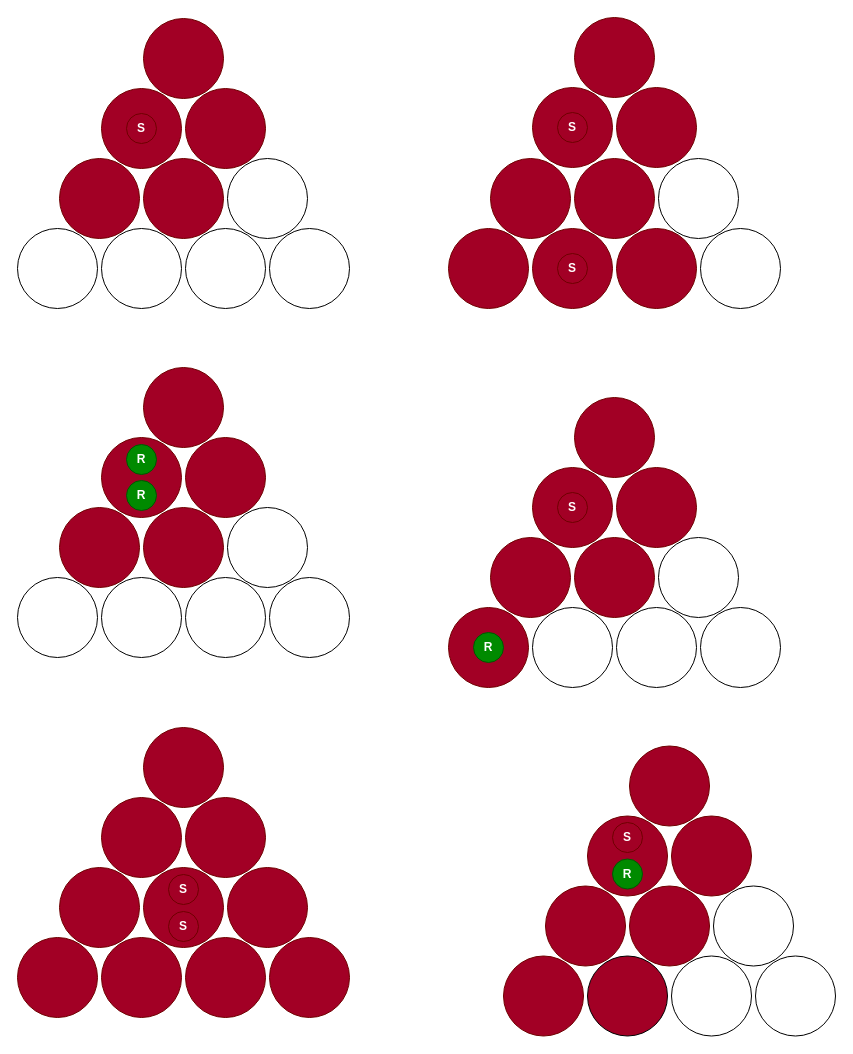
Earlier version of the draw.io diagram diagrams/Wuhan Pong.drawio (CalvinLac/wuhan-pong). Source tidied: cells renumbered, new cells numbered last; positions are measured from the earlier drawing's top-left corner, leaving out a move shared by most shapes. Both pictures are drawn from the tidied source at 100%, with x=0, y=0 at pixel (17, 17).
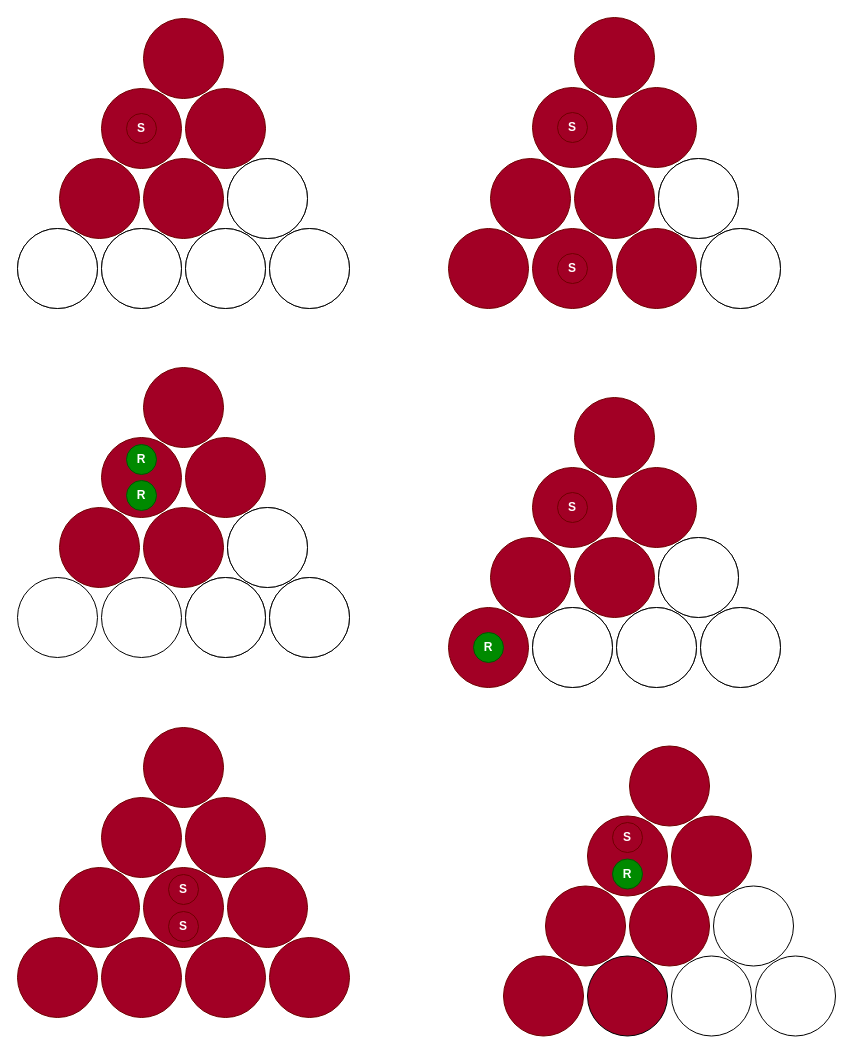
Above is the later version.

Commit message (it also covers changes not shown here):
Revise the diagrams 2

What changed in the source:
```diff
@@
-    <mxCell id="12" style="ellipse;whiteSpace=wrap;html=1;" parent="1" vertex="1">
+    <mxCell id="12" style="ellipse;whiteSpace=wrap;html=1;fillColor=light-dark(#FFFFFF,#FFFFFF);" parent="1" vertex="1">
       <mxGeometry y="560" width="80" height="80" as="geometry" />
     </mxCell>
-    <mxCell id="13" style="ellipse;whiteSpace=wrap;html=1;" parent="1" vertex="1">
+    <mxCell id="13" style="ellipse;whiteSpace=wrap;html=1;fillColor=light-dark(#FFFFFF,#FFFFFF);" parent="1" vertex="1">
       <mxGeometry x="84" y="560" width="80" height="80" as="geometry" />
     </mxCell>
@@
-    <mxCell id="63" style="ellipse;whiteSpace=wrap;html=1;" parent="1" vertex="1">
+    <mxCell id="63" style="ellipse;whiteSpace=wrap;html=1;fillColor=light-dark(#FFFFFF,#FFFFFF);" parent="1" vertex="1">
       <mxGeometry x="654" y="938.5" width="80" height="80" as="geometry" />
     </mxCell>
-    <mxCell id="64" style="ellipse;whiteSpace=wrap;html=1;" parent="1" vertex="1">
+    <mxCell id="64" style="ellipse;whiteSpace=wrap;html=1;fillColor=light-dark(#FFFFFF,#FFFFFF);" parent="1" vertex="1">
       <mxGeometry x="738" y="938.5" width="80" height="80" as="geometry" />
     </mxCell>
@@
-    <mxCell id="67" style="ellipse;whiteSpace=wrap;html=1;" parent="1" vertex="1">
+    <mxCell id="67" style="ellipse;whiteSpace=wrap;html=1;fillColor=light-dark(#FFFFFF,#FFFFFF);" parent="1" vertex="1">
       <mxGeometry x="696" y="868.5" width="80" height="80" as="geometry" />
     </mxCell>
@@
+    <mxCell id="73" style="ellipse;whiteSpace=wrap;html=1;fillColor=light-dark(#FFFFFF,#FFFFFF);" parent="1" vertex="1">
+      <mxGeometry x="210" y="141" width="80" height="80" as="geometry" />
+    </mxCell>
+    <mxCell id="74" style="ellipse;whiteSpace=wrap;html=1;fillColor=light-dark(#FFFFFF,#FFFFFF);" parent="1" vertex="1">
+      <mxGeometry x="252" y="211" width="80" height="80" as="geometry" />
+    </mxCell>
+    <mxCell id="75" style="ellipse;whiteSpace=wrap;html=1;fillColor=light-dark(#FFFFFF,#FFFFFF);" parent="1" vertex="1">
+      <mxGeometry x="168" y="211" width="80" height="80" as="geometry" />
+    </mxCell>
+    <mxCell id="76" style="ellipse;whiteSpace=wrap;html=1;fillColor=light-dark(#FFFFFF,#FFFFFF);" parent="1" vertex="1">
+      <mxGeometry x="84" y="211" width="80" height="80" as="geometry" />
+    </mxCell>
+    <mxCell id="77" style="ellipse;whiteSpace=wrap;html=1;fillColor=light-dark(#FFFFFF,#FFFFFF);" parent="1" vertex="1">
+      <mxGeometry y="211" width="80" height="80" as="geometry" />
+    </mxCell>
+    <mxCell id="78" style="ellipse;whiteSpace=wrap;html=1;fillColor=light-dark(#FFFFFF,#FFFFFF);" parent="1" vertex="1">
+      <mxGeometry x="641" y="141" width="80" height="80" as="geometry" />
+    </mxCell>
+    <mxCell id="79" style="ellipse;whiteSpace=wrap;html=1;fillColor=light-dark(#FFFFFF,#FFFFFF);" parent="1" vertex="1">
+      <mxGeometry x="683" y="211" width="80" height="80" as="geometry" />
+    </mxCell>
+    <mxCell id="80" style="ellipse;whiteSpace=wrap;html=1;fillColor=light-dark(#FFFFFF,#FFFFFF);" parent="1" vertex="1">
+      <mxGeometry x="641" y="520" width="80" height="80" as="geometry" />
+    </mxCell>
+    <mxCell id="81" style="ellipse;whiteSpace=wrap;html=1;fillColor=light-dark(#FFFFFF,#FFFFFF);" parent="1" vertex="1">
+      <mxGeometry x="683" y="590" width="80" height="80" as="geometry" />
+    </mxCell>
+    <mxCell id="82" style="ellipse;whiteSpace=wrap;html=1;fillColor=light-dark(#FFFFFF,#FFFFFF);" parent="1" vertex="1">
+      <mxGeometry x="599" y="590" width="80" height="80" as="geometry" />
+    </mxCell>
+    <mxCell id="83" style="ellipse;whiteSpace=wrap;html=1;fillColor=light-dark(#FFFFFF,#FFFFFF);" parent="1" vertex="1">
+      <mxGeometry x="515" y="590" width="80" height="80" as="geometry" />
+    </mxCell>
+    <mxCell id="84" style="ellipse;whiteSpace=wrap;html=1;fillColor=light-dark(#FFFFFF,#FFFFFF);" parent="1" vertex="1">
+      <mxGeometry x="210" y="490" width="80" height="80" as="geometry" />
+    </mxCell>
+    <mxCell id="85" style="ellipse;whiteSpace=wrap;html=1;fillColor=light-dark(#FFFFFF,#FFFFFF);" parent="1" vertex="1">
+      <mxGeometry x="252" y="560" width="80" height="80" as="geometry" />
+    </mxCell>
+    <mxCell id="86" style="ellipse;whiteSpace=wrap;html=1;fillColor=light-dark(#FFFFFF,#FFFFFF);" parent="1" vertex="1">
+      <mxGeometry x="168" y="560" width="80" height="80" as="geometry" />
+    </mxCell>
```
